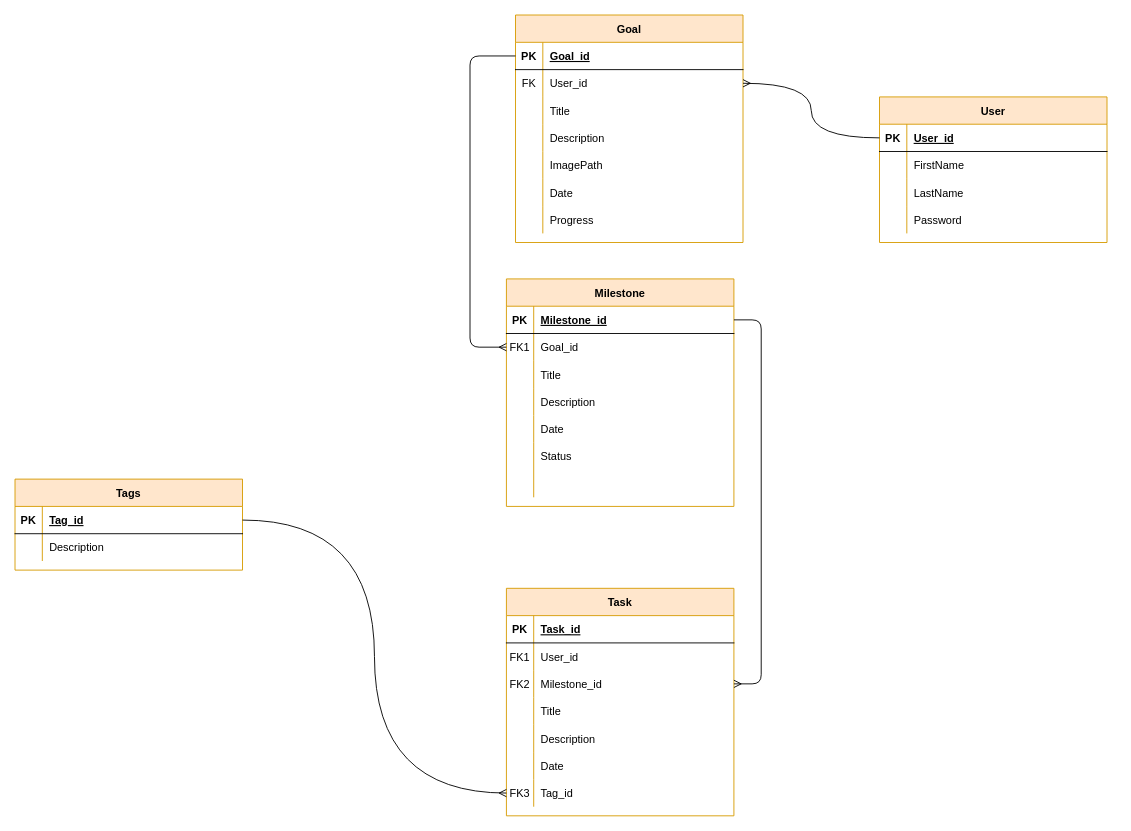
Gerald2023/AimHigh keeps this draw.io diagram as AimHigh_ERD.drawio. Above is the earlier version. Source tidied: cells renumbered, new cells numbered last; positions are measured from the earlier drawing's top-left corner, leaving out a move shared by most shapes. Both pictures are drawn from the tidied source at 91%, with x=0, y=0 at pixel (15, 15).
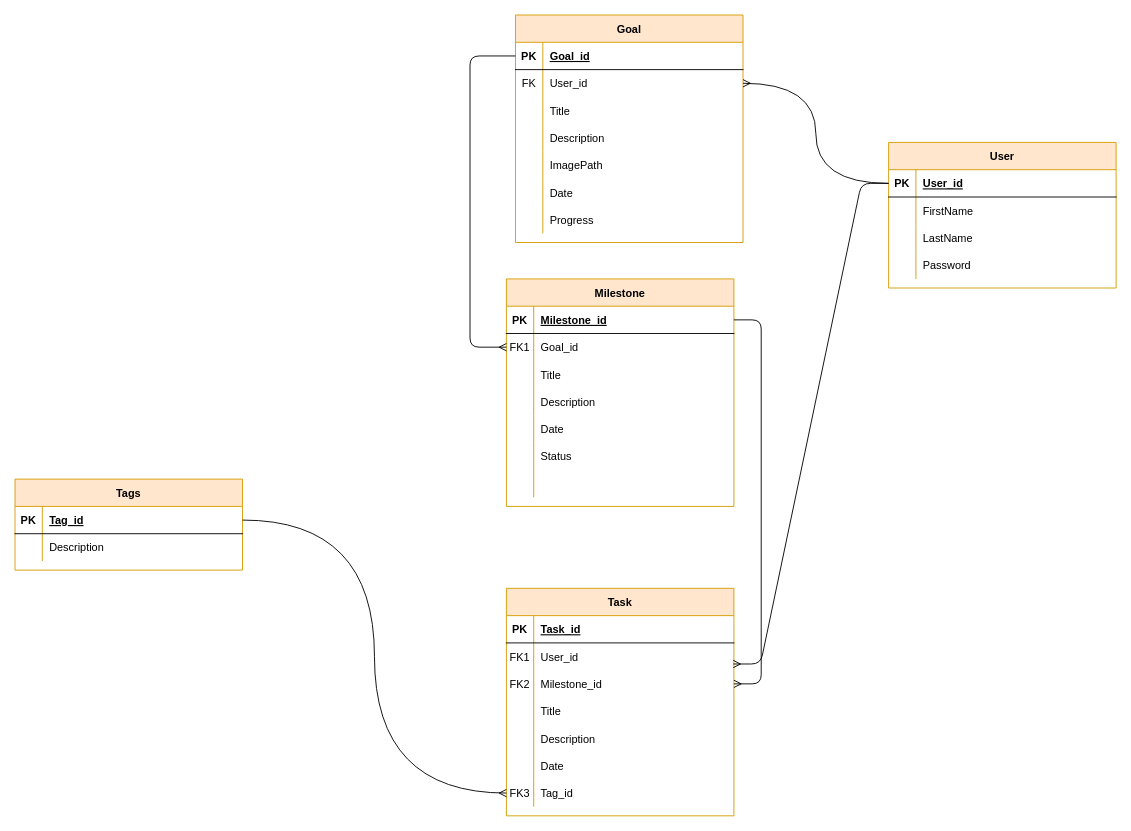
The same page after the edit.

Commit message:
Added one-to many relationship to user

Unchanged cells that the change refers to:
```xml
<mxCell id="3" style="shape=partialRectangle;fillColor=none;points=[[0,0.5],[1,0.5]];portConstraint=eastwest;top=0;left=0;right=0;bottom=1;" parent="2" vertex="1">
  <mxGeometry y="30" width="250" height="30" as="geometry" />
</mxCell>
<mxCell id="66" style="shape=partialRectangle;fillColor=none;points=[[0,0.5],[1,0.5]];portConstraint=eastwest;top=0;left=0;right=0;bottom=0;" parent="59" vertex="1">
  <mxGeometry y="90" width="250" height="30" as="geometry" />
</mxCell>
```

Change to the diagram source:
```diff
@@
     <mxCell id="2" value="User" style="shape=table;startSize=30;childLayout=tableLayout;rowLines=0;fontStyle=1;align=center;fillColor=#ffe6cc;strokeColor=#d79b00;" parent="1" vertex="1">
-      <mxGeometry x="950" y="90" width="250" height="160" as="geometry" />
+      <mxGeometry x="960" y="140" width="250" height="160" as="geometry" />
     </mxCell>
@@
+    <mxCell id="92" style="edgeStyle=entityRelationEdgeStyle;fontSize=12;html=1;endArrow=ERmany;rounded=1;flowAnimation=0;entryX=0.997;entryY=-0.228;entryDx=0;entryDy=0;entryPerimeter=0;" parent="1" edge="1" source="3" target="66">
+      <mxGeometry relative="1" as="geometry">
+        <Array as="points">
+          <mxPoint x="1210" y="280" />
+          <mxPoint x="910" y="315" />
+          <mxPoint x="1210" y="420" />
+        </Array>
+      </mxGeometry>
+    </mxCell>
```
